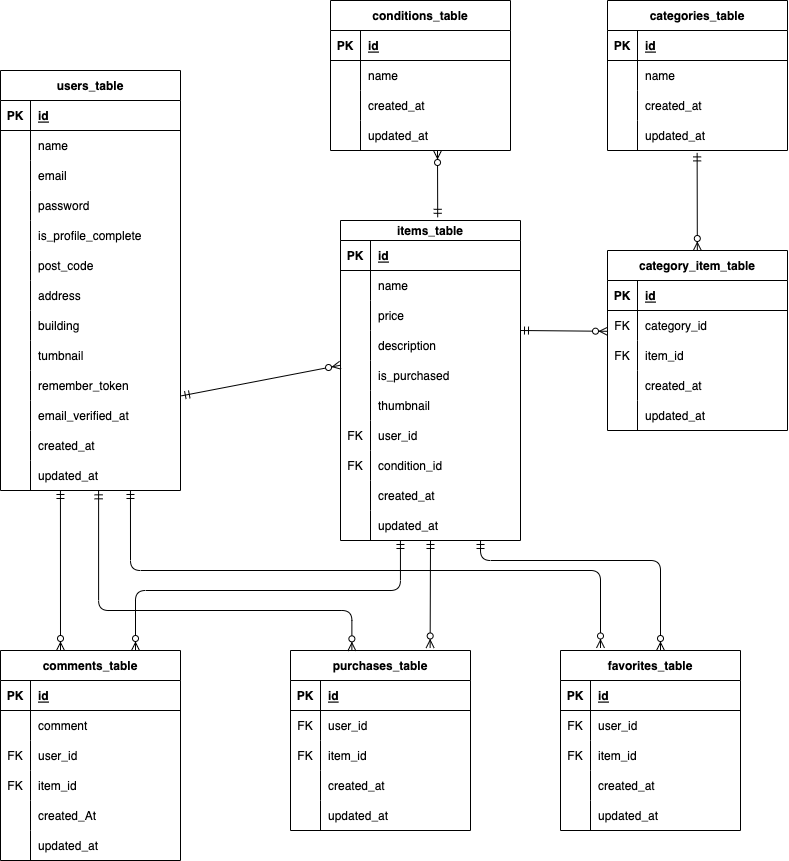
Earlier version of the draw.io export src/ERD.drawio.png (hamakei0089/flea_market_app). Source tidied: cells renumbered, new cells last; positions are measured from the earlier drawing's top-left corner, leaving out a move shared by most shapes.
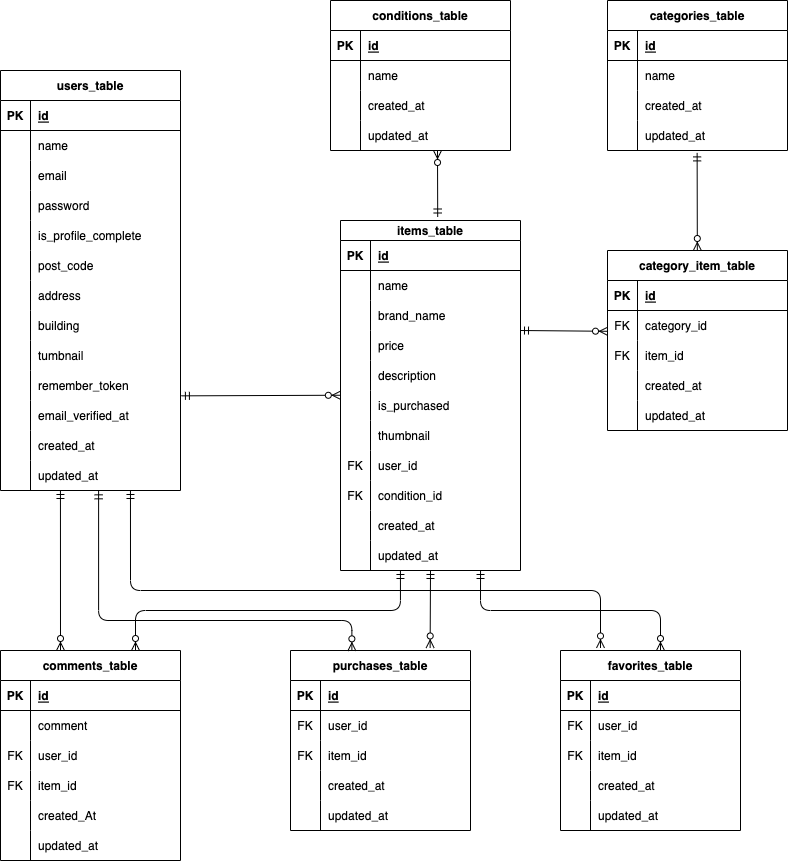
After the change.

Diff of the diagram source:
```diff
@@ -123,7 +123,7 @@
       <mxGeometry x="30" width="150" height="30" as="geometry" />
     </mxCell>
     <mxCell id="42" value="items_table" style="shape=table;startSize=20;rowLines=0;fontStyle=1;align=center;" parent="1" vertex="1">
-      <mxGeometry x="340" y="220" width="180" height="320" as="geometry" />
+      <mxGeometry x="340" y="220" width="180" height="350" as="geometry" />
     </mxCell>
     <mxCell id="43" style="shape=tableRow;horizontal=0;startSize=0;swimlaneHead=0;swimlaneBody=0;fillColor=none;top=0;left=0;right=0;bottom=1;" parent="42" vertex="1">
       <mxGeometry y="20" width="180" height="30" as="geometry" />
@@ -143,8 +143,17 @@
     <mxCell id="48" value="name" style="shape=partialRectangle;fillColor=none;top=0;left=0;bottom=0;right=0;align=left;spacingLeft=6;overflow=hidden;" parent="46" vertex="1">
       <mxGeometry x="30" width="150" height="30" as="geometry" />
     </mxCell>
+    <mxCell id="176" style="shape=tableRow;horizontal=0;startSize=0;swimlaneHead=0;swimlaneBody=0;fillColor=none;top=0;left=0;right=0;bottom=0;" parent="42" vertex="1">
+      <mxGeometry y="80" width="180" height="30" as="geometry" />
+    </mxCell>
+    <mxCell id="177" style="shape=partialRectangle;fillColor=none;top=0;left=0;bottom=0;right=0;overflow=hidden;" parent="176" vertex="1">
+      <mxGeometry width="30" height="30" as="geometry" />
+    </mxCell>
+    <mxCell id="178" value="brand_name" style="shape=partialRectangle;fillColor=none;top=0;left=0;bottom=0;right=0;align=left;spacingLeft=6;overflow=hidden;" parent="176" vertex="1">
+      <mxGeometry x="30" width="150" height="30" as="geometry" />
+    </mxCell>
     <mxCell id="49" style="shape=tableRow;horizontal=0;startSize=0;swimlaneHead=0;swimlaneBody=0;fillColor=none;top=0;left=0;right=0;bottom=0;" parent="42" vertex="1">
-      <mxGeometry y="80" width="180" height="30" as="geometry" />
+      <mxGeometry y="110" width="180" height="30" as="geometry" />
     </mxCell>
     <mxCell id="50" style="shape=partialRectangle;fillColor=none;top=0;left=0;bottom=0;right=0;overflow=hidden;" parent="49" vertex="1">
       <mxGeometry width="30" height="30" as="geometry" />
@@ -153,7 +162,7 @@
       <mxGeometry x="30" width="150" height="30" as="geometry" />
     </mxCell>
     <mxCell id="52" style="shape=tableRow;horizontal=0;startSize=0;swimlaneHead=0;swimlaneBody=0;fillColor=none;top=0;left=0;right=0;bottom=0;" parent="42" vertex="1">
-      <mxGeometry y="110" width="180" height="30" as="geometry" />
+      <mxGeometry y="140" width="180" height="30" as="geometry" />
     </mxCell>
     <mxCell id="53" style="shape=partialRectangle;fillColor=none;top=0;left=0;bottom=0;right=0;overflow=hidden;" parent="52" vertex="1">
       <mxGeometry width="30" height="30" as="geometry" />
@@ -162,7 +171,7 @@
       <mxGeometry x="30" width="150" height="30" as="geometry" />
     </mxCell>
     <mxCell id="55" style="shape=tableRow;horizontal=0;startSize=0;swimlaneHead=0;swimlaneBody=0;fillColor=none;points=[[0,0.5],[1,0.5]];portConstraint=eastwest;top=0;left=0;right=0;bottom=0;" parent="42" vertex="1">
-      <mxGeometry y="140" width="180" height="30" as="geometry" />
+      <mxGeometry y="170" width="180" height="30" as="geometry" />
     </mxCell>
     <mxCell id="56" style="shape=partialRectangle;fillColor=none;top=0;left=0;bottom=0;right=0;overflow=hidden;" parent="55" vertex="1">
       <mxGeometry width="30" height="30" as="geometry" />
@@ -171,7 +180,7 @@
       <mxGeometry x="30" width="150" height="30" as="geometry" />
     </mxCell>
     <mxCell id="58" style="shape=tableRow;horizontal=0;startSize=0;swimlaneHead=0;swimlaneBody=0;fillColor=none;top=0;left=0;right=0;bottom=0;" parent="42" vertex="1">
-      <mxGeometry y="170" width="180" height="30" as="geometry" />
+      <mxGeometry y="200" width="180" height="30" as="geometry" />
     </mxCell>
     <mxCell id="59" style="shape=partialRectangle;fillColor=none;top=0;left=0;bottom=0;right=0;overflow=hidden;" parent="58" vertex="1">
       <mxGeometry width="30" height="30" as="geometry" />
@@ -180,7 +189,7 @@
       <mxGeometry x="30" width="150" height="30" as="geometry" />
     </mxCell>
     <mxCell id="61" style="shape=tableRow;horizontal=0;startSize=0;swimlaneHead=0;swimlaneBody=0;fillColor=none;top=0;left=0;right=0;bottom=0;" parent="42" vertex="1">
-      <mxGeometry y="200" width="180" height="30" as="geometry" />
+      <mxGeometry y="230" width="180" height="30" as="geometry" />
     </mxCell>
     <mxCell id="62" value="FK" style="shape=partialRectangle;fillColor=none;top=0;left=0;bottom=0;right=0;overflow=hidden;" parent="61" vertex="1">
       <mxGeometry width="30" height="30" as="geometry" />
@@ -189,7 +198,7 @@
       <mxGeometry x="30" width="150" height="30" as="geometry" />
     </mxCell>
     <mxCell id="64" style="shape=tableRow;horizontal=0;startSize=0;swimlaneHead=0;swimlaneBody=0;fillColor=none;top=0;left=0;right=0;bottom=0;" parent="42" vertex="1">
-      <mxGeometry y="230" width="180" height="30" as="geometry" />
+      <mxGeometry y="260" width="180" height="30" as="geometry" />
     </mxCell>
     <mxCell id="65" value="FK" style="shape=partialRectangle;fillColor=none;top=0;left=0;bottom=0;right=0;overflow=hidden;" parent="64" vertex="1">
       <mxGeometry width="30" height="30" as="geometry" />
@@ -198,7 +207,7 @@
       <mxGeometry x="30" width="150" height="30" as="geometry" />
     </mxCell>
     <mxCell id="67" style="shape=tableRow;horizontal=0;startSize=0;swimlaneHead=0;swimlaneBody=0;fillColor=none;top=0;left=0;right=0;bottom=0;" parent="42" vertex="1">
-      <mxGeometry y="260" width="180" height="30" as="geometry" />
+      <mxGeometry y="290" width="180" height="30" as="geometry" />
     </mxCell>
     <mxCell id="68" style="shape=partialRectangle;fillColor=none;top=0;left=0;bottom=0;right=0;overflow=hidden;" parent="67" vertex="1">
       <mxGeometry width="30" height="30" as="geometry" />
@@ -207,7 +216,7 @@
       <mxGeometry x="30" width="150" height="30" as="geometry" />
     </mxCell>
     <mxCell id="70" style="shape=tableRow;horizontal=0;startSize=0;swimlaneHead=0;swimlaneBody=0;fillColor=none;points=[[0,0.5],[1,0.5]];portConstraint=eastwest;top=0;left=0;right=0;bottom=0;" parent="42" vertex="1">
-      <mxGeometry y="290" width="180" height="30" as="geometry" />
+      <mxGeometry y="320" width="180" height="30" as="geometry" />
     </mxCell>
     <mxCell id="71" style="shape=partialRectangle;fillColor=none;top=0;left=0;bottom=0;right=0;overflow=hidden;" parent="70" vertex="1">
       <mxGeometry width="30" height="30" as="geometry" />
@@ -513,7 +522,7 @@
     <mxCell id="169" style="fontSize=12;html=1;endArrow=ERzeroToMany;startArrow=ERmandOne;edgeStyle=elbowEdgeStyle;elbow=vertical;exitX=0.545;exitY=1.011;exitDx=0;exitDy=0;exitPerimeter=0;entryX=0.341;entryY=0.002;entryDx=0;entryDy=0;entryPerimeter=0;" parent="1" edge="1" source="39" target="150">
       <mxGeometry relative="1" as="geometry">
         <Array as="points">
-          <mxPoint x="250" y="610" />
+          <mxPoint x="230" y="620" />
           <mxPoint x="220" y="590" />
         </Array>
       </mxGeometry>
@@ -531,6 +540,8 @@
     <mxCell id="172" style="fontSize=12;html=1;endArrow=ERzeroToMany;startArrow=ERmandOne;edgeStyle=elbowEdgeStyle;elbow=vertical;exitX=0.333;exitY=1;exitDx=0;exitDy=0;exitPerimeter=0;entryX=0.75;entryY=0;entryDx=0;entryDy=0;" parent="1" edge="1" source="70" target="115">
       <mxGeometry relative="1" as="geometry">
         <Array as="points">
+          <mxPoint x="240" y="610" />
+          <mxPoint x="240" y="600" />
           <mxPoint x="230" y="590" />
           <mxPoint x="260" y="540" />
         </Array>
@@ -540,8 +551,8 @@
       <mxGeometry relative="1" as="geometry">
         <mxPoint x="600" y="647.5" as="targetPoint" />
         <Array as="points">
-          <mxPoint x="130" y="570" />
-          <mxPoint x="600" y="570" />
+          <mxPoint x="130" y="590" />
+          <mxPoint x="600" y="590" />
         </Array>
       </mxGeometry>
     </mxCell>
@@ -549,8 +560,8 @@
       <mxGeometry relative="1" as="geometry">
         <mxPoint x="660" y="650" as="targetPoint" />
         <Array as="points">
-          <mxPoint x="480" y="560" />
-          <mxPoint x="660" y="560" />
+          <mxPoint x="480" y="610" />
+          <mxPoint x="660" y="610" />
         </Array>
       </mxGeometry>
     </mxCell>
```
